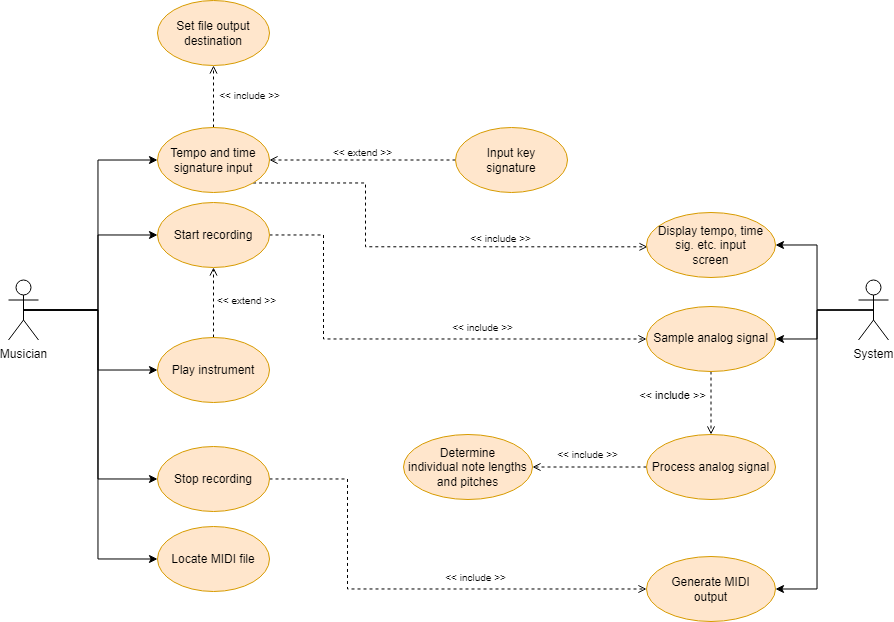
Above: docs/Use Case Diagram.png in tcollyer1/sheet-music-automation (draw.io), before the change. Source tidied: cells renumbered, new cells last; positions are measured from the earlier drawing's top-left corner, leaving out a move shared by most shapes.
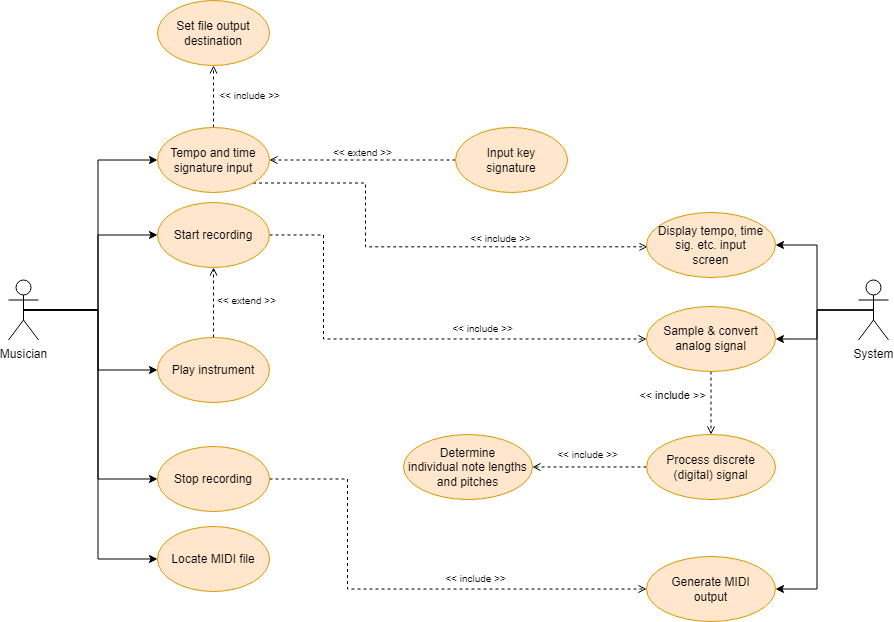
The same diagram one commit later.

Commit message:
Altered use case diagram to explicitly include ADC conversion from analog to digital before processing the signal

Diff of the diagram source:
```diff
@@ -93,7 +93,7 @@
     <mxCell id="26" value="&amp;lt;&amp;lt; include &amp;gt;&amp;gt;" style="edgeStyle=orthogonalEdgeStyle;rounded=0;jettySize=auto;html=1;entryX=0.5;entryY=0;entryDx=0;entryDy=0;dashed=1;endArrow=open;endFill=0;" parent="1" edge="1" source="27" target="30">
       <mxGeometry x="-0.24" y="-39" relative="1" as="geometry" />
     </mxCell>
-    <mxCell id="27" value="Sample analog signal" style="ellipse;whiteSpace=wrap;html=1;fillColor=#ffe6cc;strokeColor=#d79b00;" parent="1" vertex="1">
+    <mxCell id="27" value="Sample &amp;amp; convert analog signal" style="ellipse;whiteSpace=wrap;html=1;fillColor=#ffe6cc;strokeColor=#d79b00;" parent="1" vertex="1">
       <mxGeometry x="638" y="306" width="129" height="65" as="geometry" />
     </mxCell>
     <mxCell id="28" value="Determine&lt;br&gt;individual note lengths and pitches" style="ellipse;whiteSpace=wrap;html=1;fillColor=#ffe6cc;strokeColor=#d79b00;" parent="1" vertex="1">
@@ -102,7 +102,7 @@
     <mxCell id="29" value="&lt;font style=&quot;font-size: 10px;&quot;&gt;&amp;lt;&amp;lt; include &amp;gt;&amp;gt;&lt;/font&gt;" style="edgeStyle=orthogonalEdgeStyle;rounded=0;jettySize=auto;html=1;entryX=1;entryY=0.5;entryDx=0;entryDy=0;dashed=1;endArrow=open;endFill=0;" parent="1" edge="1" source="30" target="28">
       <mxGeometry x="0.04" y="-13" relative="1" as="geometry" />
     </mxCell>
-    <mxCell id="30" value="Process analog signal" style="ellipse;whiteSpace=wrap;html=1;fillColor=#ffe6cc;strokeColor=#d79b00;" parent="1" vertex="1">
+    <mxCell id="30" value="Process discrete (digital) signal" style="ellipse;whiteSpace=wrap;html=1;fillColor=#ffe6cc;strokeColor=#d79b00;" parent="1" vertex="1">
       <mxGeometry x="638" y="434" width="129" height="65" as="geometry" />
     </mxCell>
     <mxCell id="31" value="Generate MIDI&lt;br&gt;output" style="ellipse;whiteSpace=wrap;html=1;fillColor=#ffe6cc;strokeColor=#d79b00;" parent="1" vertex="1">
```
